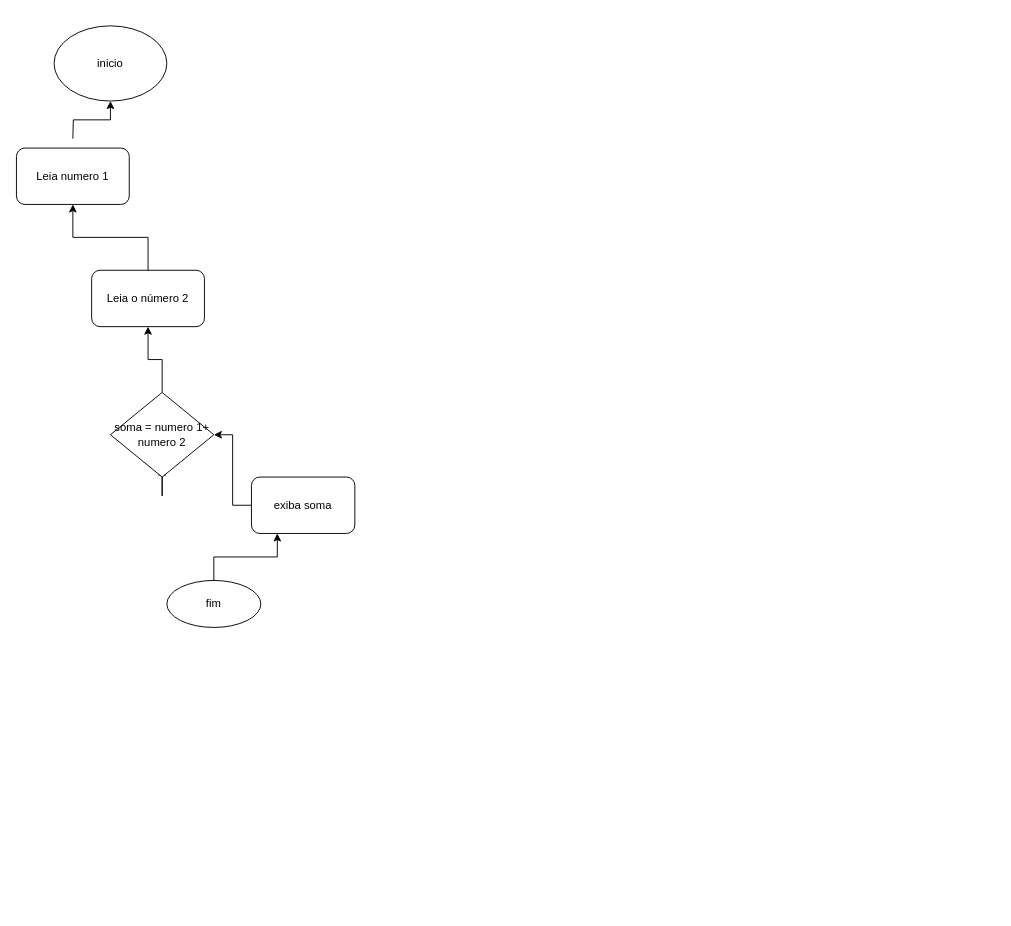
Before: Diagrama sem nome.drawio in PH-Palmito/html-css-Curso-em-video, a draw.io diagram. Source tidied: cells renumbered, new cells numbered last; positions are measured from the earlier drawing's top-left corner, leaving out a move shared by most shapes. Both pictures are drawn from the tidied source at 94%, with x=0, y=0 at pixel (16, 25).
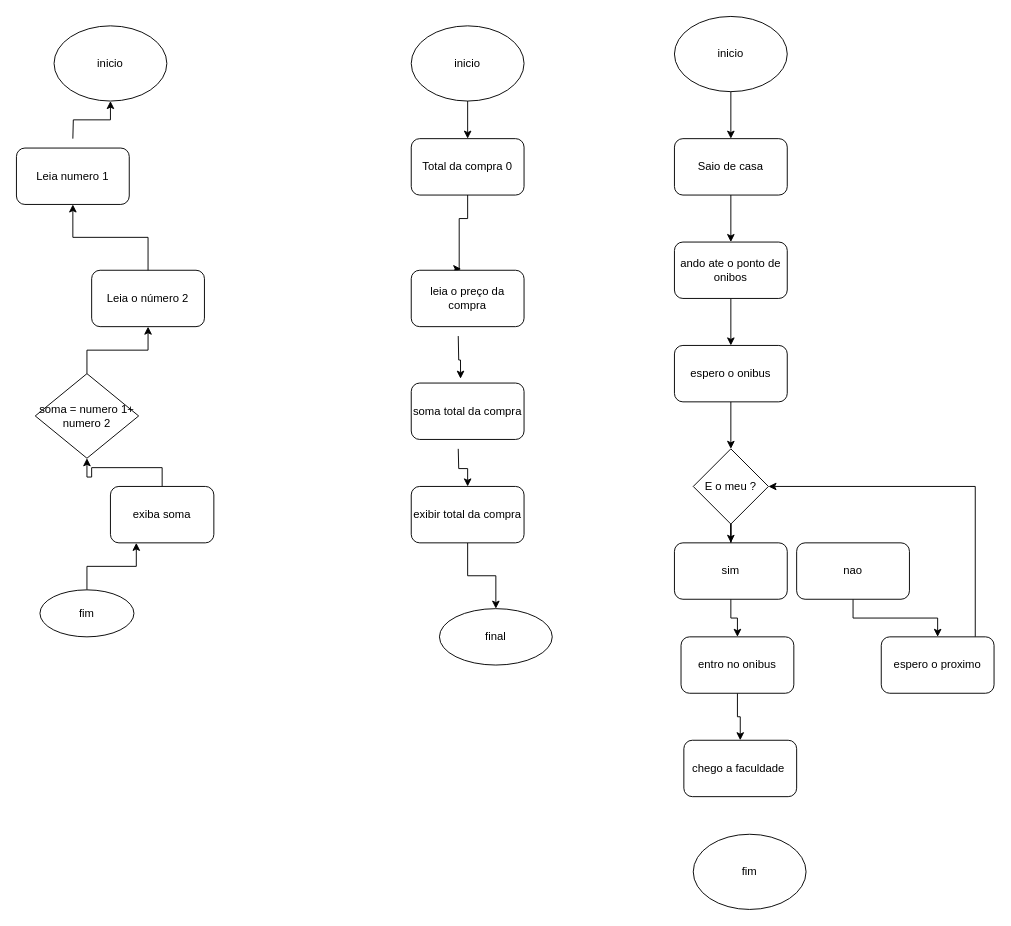
The same diagram, later.

Change to the diagram source:
```diff
@@
-    <mxCell id="7" style="edgeStyle=orthogonalEdgeStyle;rounded=0;jettySize=auto;html=1;" parent="1" edge="1" source="9">
-      <mxGeometry relative="1" as="geometry">
-        <mxPoint x="155" y="470" as="targetPoint" />
-      </mxGeometry>
-    </mxCell>
@@
     <mxCell id="9" value="soma = numero 1+ numero 2" style="rhombus;whiteSpace=wrap;html=1;" parent="1" vertex="1">
-      <mxGeometry x="100" y="390" width="110" height="90" as="geometry" />
+      <mxGeometry x="20" y="370" width="110" height="90" as="geometry" />
     </mxCell>
@@
     <mxCell id="11" value="exiba soma" style="rounded=1;whiteSpace=wrap;html=1;" parent="1" vertex="1">
-      <mxGeometry x="250" y="480" width="110" height="60" as="geometry" />
+      <mxGeometry x="100" y="490" width="110" height="60" as="geometry" />
     </mxCell>
@@
     <mxCell id="13" value="fim" style="ellipse;whiteSpace=wrap;html=1;" parent="1" vertex="1">
-      <mxGeometry x="160" y="590" width="100" height="50" as="geometry" />
+      <mxGeometry x="25" y="600" width="100" height="50" as="geometry" />
     </mxCell>
+    <mxCell id="14" style="edgeStyle=orthogonalEdgeStyle;rounded=0;jettySize=auto;html=1;" parent="1" edge="1" source="15" target="17">
+      <mxGeometry relative="1" as="geometry" />
+    </mxCell>
+    <mxCell id="15" value="inicio" style="ellipse;whiteSpace=wrap;html=1;" parent="1" vertex="1">
+      <mxGeometry x="420" width="120" height="80" as="geometry" />
+    </mxCell>
+    <mxCell id="16" style="edgeStyle=orthogonalEdgeStyle;rounded=0;jettySize=auto;html=1;entryX=0.443;entryY=-0.023;entryDx=0;entryDy=0;entryPerimeter=0;" parent="1" edge="1" source="17" target="28">
+      <mxGeometry relative="1" as="geometry">
+        <Array as="points">
+          <mxPoint x="480" y="205" />
+          <mxPoint x="471" y="205" />
+          <mxPoint x="471" y="259" />
+        </Array>
+      </mxGeometry>
+    </mxCell>
+    <mxCell id="17" value="Total da compra 0" style="rounded=1;whiteSpace=wrap;html=1;" parent="1" vertex="1">
+      <mxGeometry x="420" y="120" width="120" height="60" as="geometry" />
+    </mxCell>
+    <mxCell id="18" style="edgeStyle=orthogonalEdgeStyle;rounded=0;jettySize=auto;html=1;entryX=0.437;entryY=-0.077;entryDx=0;entryDy=0;entryPerimeter=0;" parent="1" edge="1" target="27">
+      <mxGeometry relative="1" as="geometry">
+        <mxPoint x="470" y="330" as="sourcePoint" />
+      </mxGeometry>
+    </mxCell>
+    <mxCell id="19" style="edgeStyle=orthogonalEdgeStyle;rounded=0;jettySize=auto;html=1;" parent="1" edge="1" target="21">
+      <mxGeometry relative="1" as="geometry">
+        <mxPoint x="470" y="450" as="sourcePoint" />
+      </mxGeometry>
+    </mxCell>
+    <mxCell id="20" style="edgeStyle=orthogonalEdgeStyle;rounded=0;jettySize=auto;html=1;" parent="1" edge="1" source="21" target="22">
+      <mxGeometry relative="1" as="geometry" />
+    </mxCell>
+    <mxCell id="21" value="exibir total da compra" style="rounded=1;whiteSpace=wrap;html=1;" parent="1" vertex="1">
+      <mxGeometry x="420" y="490" width="120" height="60" as="geometry" />
+    </mxCell>
+    <mxCell id="22" value="final" style="ellipse;whiteSpace=wrap;html=1;" parent="1" vertex="1">
+      <mxGeometry x="450" y="620" width="120" height="60" as="geometry" />
+    </mxCell>
+    <mxCell id="23" style="edgeStyle=orthogonalEdgeStyle;rounded=0;jettySize=auto;html=1;" parent="1" edge="1" source="24" target="26">
+      <mxGeometry relative="1" as="geometry" />
+    </mxCell>
+    <mxCell id="24" value="inicio" style="ellipse;whiteSpace=wrap;html=1;" parent="1" vertex="1">
+      <mxGeometry x="700" y="-10" width="120" height="80" as="geometry" />
+    </mxCell>
+    <mxCell id="25" style="edgeStyle=orthogonalEdgeStyle;rounded=0;jettySize=auto;html=1;entryX=0.5;entryY=0;entryDx=0;entryDy=0;" parent="1" edge="1" source="26" target="30">
+      <mxGeometry relative="1" as="geometry" />
+    </mxCell>
+    <mxCell id="26" value="Saio de casa" style="rounded=1;whiteSpace=wrap;html=1;" parent="1" vertex="1">
+      <mxGeometry x="700" y="120" width="120" height="60" as="geometry" />
+    </mxCell>
+    <mxCell id="27" value="soma total da compra" style="rounded=1;whiteSpace=wrap;html=1;" parent="1" vertex="1">
+      <mxGeometry x="420" y="380" width="120" height="60" as="geometry" />
+    </mxCell>
+    <mxCell id="28" value="leia o preço da compra" style="rounded=1;whiteSpace=wrap;html=1;" parent="1" vertex="1">
+      <mxGeometry x="420" y="260" width="120" height="60" as="geometry" />
+    </mxCell>
+    <mxCell id="29" style="edgeStyle=orthogonalEdgeStyle;rounded=0;jettySize=auto;html=1;" parent="1" edge="1" source="30" target="32">
+      <mxGeometry relative="1" as="geometry" />
+    </mxCell>
+    <mxCell id="30" value="ando ate o ponto de onibos" style="rounded=1;whiteSpace=wrap;html=1;" parent="1" vertex="1">
+      <mxGeometry x="700" y="230" width="120" height="60" as="geometry" />
+    </mxCell>
+    <mxCell id="31" style="edgeStyle=orthogonalEdgeStyle;rounded=0;jettySize=auto;html=1;" parent="1" edge="1" source="32" target="34">
+      <mxGeometry relative="1" as="geometry" />
+    </mxCell>
+    <mxCell id="32" value="espero o onibus" style="rounded=1;whiteSpace=wrap;html=1;" parent="1" vertex="1">
+      <mxGeometry x="700" y="340" width="120" height="60" as="geometry" />
+    </mxCell>
+    <mxCell id="33" style="edgeStyle=orthogonalEdgeStyle;rounded=0;jettySize=auto;html=1;" parent="1" edge="1" source="34" target="36">
+      <mxGeometry relative="1" as="geometry" />
+    </mxCell>
+    <mxCell id="34" value="E o meu ?" style="rhombus;whiteSpace=wrap;html=1;" parent="1" vertex="1">
+      <mxGeometry x="720" y="450" width="80" height="80" as="geometry" />
+    </mxCell>
+    <mxCell id="35" style="edgeStyle=orthogonalEdgeStyle;rounded=0;jettySize=auto;html=1;" parent="1" edge="1" source="36" target="40">
+      <mxGeometry relative="1" as="geometry" />
+    </mxCell>
+    <mxCell id="36" value="sim" style="rounded=1;whiteSpace=wrap;html=1;" parent="1" vertex="1">
+      <mxGeometry x="700" y="550" width="120" height="60" as="geometry" />
+    </mxCell>
+    <mxCell id="37" style="edgeStyle=orthogonalEdgeStyle;rounded=0;jettySize=auto;html=1;" parent="1" edge="1" source="38" target="42">
+      <mxGeometry relative="1" as="geometry" />
+    </mxCell>
+    <mxCell id="38" value="nao" style="rounded=1;whiteSpace=wrap;html=1;" parent="1" vertex="1">
+      <mxGeometry x="830" y="550" width="120" height="60" as="geometry" />
+    </mxCell>
+    <mxCell id="39" style="edgeStyle=orthogonalEdgeStyle;rounded=0;jettySize=auto;html=1;" parent="1" edge="1" source="40" target="43">
+      <mxGeometry relative="1" as="geometry" />
+    </mxCell>
+    <mxCell id="40" value="entro no onibus" style="rounded=1;whiteSpace=wrap;html=1;" parent="1" vertex="1">
+      <mxGeometry x="707" y="650" width="120" height="60" as="geometry" />
+    </mxCell>
+    <mxCell id="41" style="edgeStyle=orthogonalEdgeStyle;rounded=0;jettySize=auto;html=1;" parent="1" edge="1" source="42" target="34">
+      <mxGeometry relative="1" as="geometry">
+        <Array as="points">
+          <mxPoint x="1020" y="490" />
+        </Array>
+      </mxGeometry>
+    </mxCell>
+    <mxCell id="42" value="espero o proximo" style="rounded=1;whiteSpace=wrap;html=1;" parent="1" vertex="1">
+      <mxGeometry x="920" y="650" width="120" height="60" as="geometry" />
+    </mxCell>
+    <mxCell id="43" value="chego a faculdade&amp;nbsp;" style="rounded=1;whiteSpace=wrap;html=1;" parent="1" vertex="1">
+      <mxGeometry x="710" y="760" width="120" height="60" as="geometry" />
+    </mxCell>
+    <mxCell id="44" value="fim" style="ellipse;whiteSpace=wrap;html=1;" parent="1" vertex="1">
+      <mxGeometry x="720" y="860" width="120" height="80" as="geometry" />
+    </mxCell>
```
